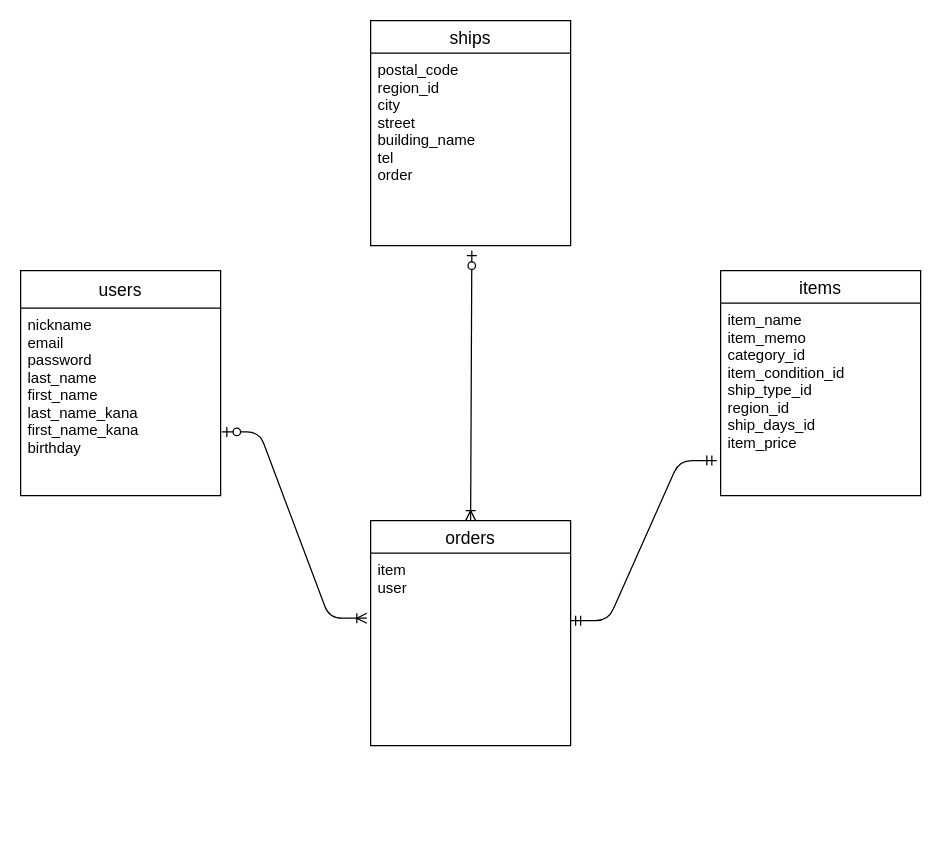
Earlier version of the draw.io diagram FURIMA-ER.dio (ichikuwu/furima-40378). Source tidied: cells renumbered, new cells numbered last; positions are measured from the earlier drawing's top-left corner, leaving out a move shared by most shapes. Both pictures are drawn from the tidied source at 125%, with x=0, y=0 at pixel (20, 20).
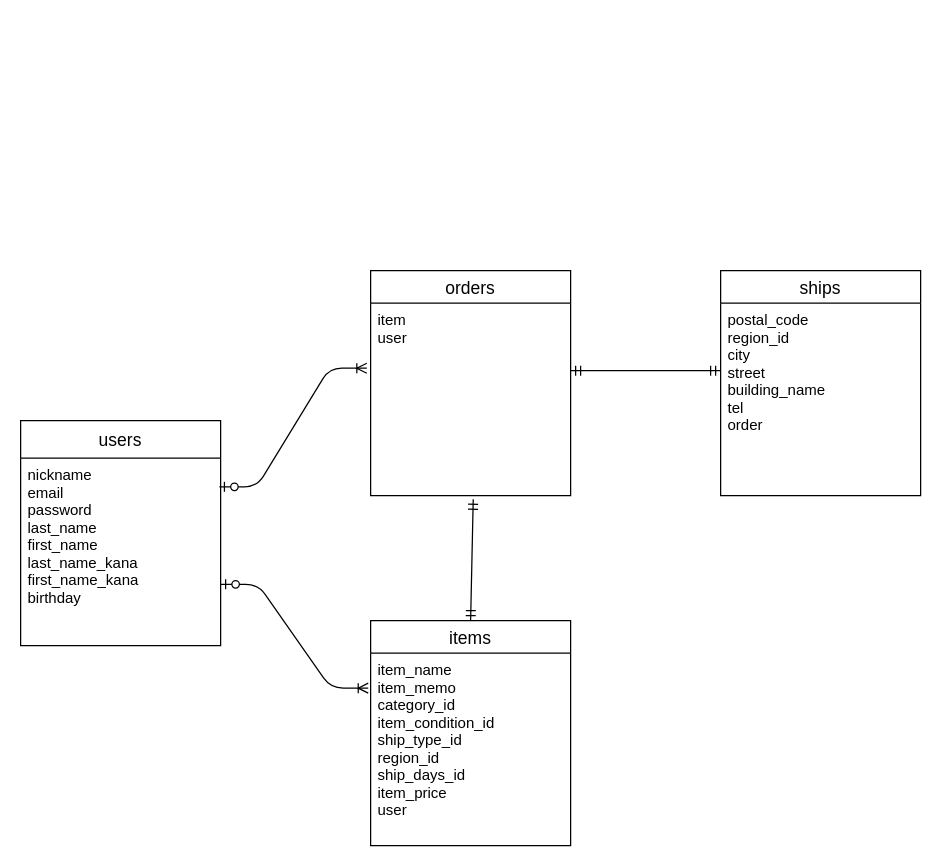
The same diagram, later.

Commit message (it also covers changes not shown here):
データベース設計修正6

What changed in the source:
```diff
@@
 <mxGraphModel>
   <root>
     <mxCell id="0" />
     <mxCell id="1" parent="0" />
     <mxCell id="2" value="users" style="swimlane;fontStyle=0;horizontal=1;startSize=30;align=center;fontSize=14;" parent="1" vertex="1">
-      <mxGeometry y="200" width="160" height="180" as="geometry" />
+      <mxGeometry y="320" width="160" height="180" as="geometry" />
     </mxCell>
     <mxCell id="3" value="nickname&#10;email&#10;password&#10;last_name&#10;first_name&#10;last_name_kana&#10;first_name_kana&#10;birthday" style="text;strokeColor=none;fillColor=none;spacingLeft=4;spacingRight=4;overflow=hidden;points=[[0,0.5],[1,0.5]];portConstraint=eastwest;fontSize=12;" parent="2" vertex="1">
       <mxGeometry y="30" width="160" height="150" as="geometry" />
     </mxCell>
     <mxCell id="4" value="items" style="swimlane;fontStyle=0;horizontal=1;startSize=26;align=center;fontSize=14;" parent="1" vertex="1">
-      <mxGeometry x="560" y="200" width="160" height="180" as="geometry" />
+      <mxGeometry x="280" y="480" width="160" height="180" as="geometry" />
     </mxCell>
-    <mxCell id="5" value="item_name&#10;item_memo&#10;category_id&#10;item_condition_id&#10;ship_type_id&#10;region_id&#10;ship_days_id&#10;item_price" style="text;strokeColor=none;fillColor=none;spacingLeft=4;spacingRight=4;overflow=hidden;points=[[0,0.5],[1,0.5]];portConstraint=eastwest;fontSize=12;" parent="4" vertex="1">
+    <mxCell id="5" value="item_name&#10;item_memo&#10;category_id&#10;item_condition_id&#10;ship_type_id&#10;region_id&#10;ship_days_id&#10;item_price&#10;user" style="text;strokeColor=none;fillColor=none;spacingLeft=4;spacingRight=4;overflow=hidden;points=[[0,0.5],[1,0.5]];portConstraint=eastwest;fontSize=12;" parent="4" vertex="1">
       <mxGeometry y="26" width="160" height="154" as="geometry" />
     </mxCell>
     <mxCell id="6" value="orders" style="swimlane;fontStyle=0;horizontal=1;startSize=26;align=center;fontSize=14;" parent="1" vertex="1">
-      <mxGeometry x="280" y="400" width="160" height="180" as="geometry" />
+      <mxGeometry x="280" y="200" width="160" height="180" as="geometry" />
     </mxCell>
     <mxCell id="7" value="item&#10;user" style="text;strokeColor=none;fillColor=none;spacingLeft=4;spacingRight=4;overflow=hidden;points=[[0,0.5],[1,0.5]];portConstraint=eastwest;fontSize=12;" parent="6" vertex="1">
       <mxGeometry y="26" width="160" height="154" as="geometry" />
     </mxCell>
     <mxCell id="8" value="ships" style="swimlane;fontStyle=0;horizontal=1;startSize=26;align=center;fontSize=14;" parent="1" vertex="1">
-      <mxGeometry x="280" width="160" height="180" as="geometry" />
+      <mxGeometry x="560" y="200" width="160" height="180" as="geometry" />
     </mxCell>
     <mxCell id="9" value="postal_code&#10;region_id&#10;city&#10;street&#10;building_name&#10;tel&#10;order" style="text;strokeColor=none;fillColor=none;spacingLeft=4;spacingRight=4;overflow=hidden;points=[[0,0.5],[1,0.5]];portConstraint=eastwest;fontSize=12;" parent="8" vertex="1">
       <mxGeometry y="26" width="160" height="154" as="geometry" />
     </mxCell>
-    <mxCell id="10" style="fontSize=12;html=1;endArrow=ERoneToMany;startArrow=ERzeroToOne;elbow=vertical;entryX=0.5;entryY=0;entryDx=0;entryDy=0;exitX=0.506;exitY=1.026;exitDx=0;exitDy=0;exitPerimeter=0;" parent="1" edge="1" source="9" target="6">
-      <mxGeometry relative="1" as="geometry" />
-    </mxCell>
-    <mxCell id="11" style="edgeStyle=entityRelationEdgeStyle;fontSize=12;html=1;endArrow=ERmandOne;startArrow=ERmandOne;elbow=vertical;exitX=1;exitY=0.351;exitDx=0;exitDy=0;exitPerimeter=0;entryX=-0.019;entryY=0.818;entryDx=0;entryDy=0;entryPerimeter=0;" parent="1" edge="1" source="7" target="5">
-      <mxGeometry relative="1" as="geometry" />
+    <mxCell id="11" style="fontSize=12;html=1;endArrow=ERmandOne;startArrow=ERmandOne;elbow=vertical;exitX=1;exitY=0.351;exitDx=0;exitDy=0;exitPerimeter=0;entryX=0;entryY=0.351;entryDx=0;entryDy=0;entryPerimeter=0;" parent="1" edge="1" source="7" target="9">
+      <mxGeometry relative="1" as="geometry">
+        <Array as="points">
+          <mxPoint x="510" y="280" />
+        </Array>
+      </mxGeometry>
     </mxCell>
-    <mxCell id="12" style="edgeStyle=none;html=1;elbow=vertical;" parent="1" edge="1" source="7">
-      <mxGeometry relative="1" as="geometry">
-        <mxPoint x="280" y="503" as="targetPoint" />
-      </mxGeometry>
-    </mxCell>
-    <mxCell id="13" style="edgeStyle=entityRelationEdgeStyle;fontSize=12;html=1;endArrow=ERoneToMany;startArrow=ERzeroToOne;elbow=vertical;entryX=-0.019;entryY=0.338;entryDx=0;entryDy=0;exitX=1.006;exitY=0.66;exitDx=0;exitDy=0;exitPerimeter=0;entryPerimeter=0;" parent="1" edge="1" source="3" target="7">
+    <mxCell id="13" style="edgeStyle=entityRelationEdgeStyle;fontSize=12;html=1;endArrow=ERoneToMany;startArrow=ERzeroToOne;elbow=vertical;entryX=-0.019;entryY=0.338;entryDx=0;entryDy=0;exitX=0.994;exitY=0.153;exitDx=0;exitDy=0;exitPerimeter=0;entryPerimeter=0;" parent="1" edge="1" source="3" target="7">
       <mxGeometry relative="1" as="geometry" />
     </mxCell>
+    <mxCell id="14" style="edgeStyle=entityRelationEdgeStyle;fontSize=12;html=1;endArrow=ERoneToMany;startArrow=ERzeroToOne;elbow=vertical;entryX=-0.012;entryY=0.182;entryDx=0;entryDy=0;exitX=1;exitY=0.673;exitDx=0;exitDy=0;exitPerimeter=0;entryPerimeter=0;" parent="1" edge="1" source="3" target="5">
+      <mxGeometry relative="1" as="geometry" />
+    </mxCell>
+    <mxCell id="15" style="fontSize=12;html=1;endArrow=ERmandOne;startArrow=ERmandOne;elbow=vertical;exitX=0.513;exitY=1.019;exitDx=0;exitDy=0;exitPerimeter=0;entryX=0.5;entryY=0;entryDx=0;entryDy=0;" parent="1" edge="1" source="7" target="4">
+      <mxGeometry relative="1" as="geometry" />
+    </mxCell>
   </root>
 </mxGraphModel>
```
